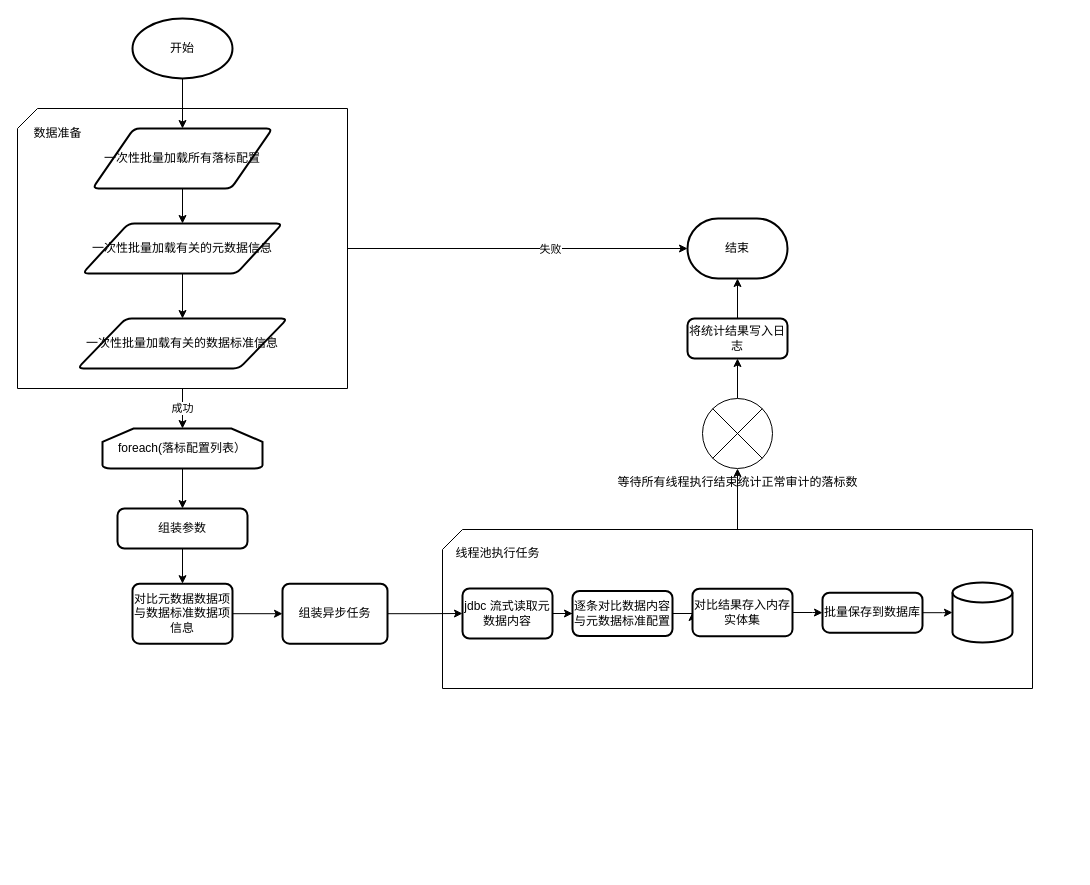
Before: 落标审计执行任务.drawio in weiqingping/dw, a draw.io diagram. Source tidied: cells renumbered, new cells numbered last; positions are measured from the earlier drawing's top-left corner, leaving out a move shared by most shapes. Both pictures are drawn from the tidied source at 100%, with x=0, y=0 at pixel (17, 18).
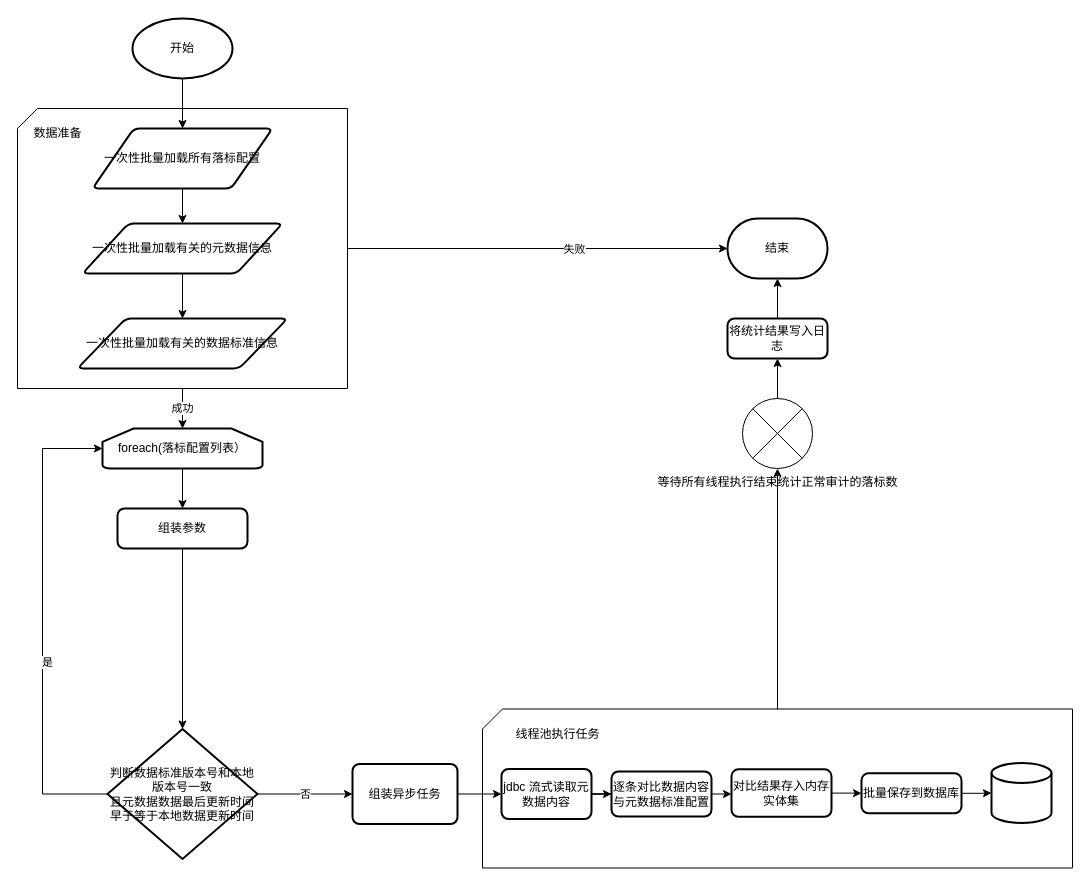
Above is the later version.

Commit message:
更新落标审计执行任务.drawio

The change refers to these unchanged cells:
```xml
<mxCell id="16" value="foreach(落标配置列表）" style="strokeWidth=2;html=1;shape=mxgraph.flowchart.loop_limit;whiteSpace=wrap;" parent="1" vertex="1">
  <mxGeometry x="85" y="410" width="160" height="40" as="geometry" />
</mxCell>
<mxCell id="18" value="组装参数" style="rounded=1;whiteSpace=wrap;html=1;absoluteArcSize=1;arcSize=14;strokeWidth=2;" parent="1" vertex="1">
  <mxGeometry x="100" y="490" width="130" height="40" as="geometry" />
</mxCell>
```

What changed in the source:
```diff
@@
     <mxCell id="14" value="结束" style="strokeWidth=2;html=1;shape=mxgraph.flowchart.terminator;whiteSpace=wrap;" parent="1" vertex="1">
-      <mxGeometry x="670" y="200" width="100" height="60" as="geometry" />
+      <mxGeometry x="710" y="200" width="100" height="60" as="geometry" />
     </mxCell>
@@
-    <mxCell id="17" style="edgeStyle=orthogonalEdgeStyle;rounded=0;jettySize=auto;html=1;" parent="1" edge="1" source="18" target="20">
-      <mxGeometry relative="1" as="geometry" />
-    </mxCell>
+    <mxCell id="39" style="edgeStyle=orthogonalEdgeStyle;rounded=0;jettySize=auto;html=1;" parent="1" edge="1" source="18" target="43">
+      <mxGeometry relative="1" as="geometry" />
+    </mxCell>
@@
-    <mxCell id="19" style="edgeStyle=orthogonalEdgeStyle;rounded=0;jettySize=auto;html=1;" parent="1" edge="1" source="20" target="30">
-      <mxGeometry relative="1" as="geometry" />
-    </mxCell>
-    <mxCell id="20" value="对比元数据数据项与数据标准数据项信息" style="rounded=1;whiteSpace=wrap;html=1;absoluteArcSize=1;arcSize=14;strokeWidth=2;" parent="1" vertex="1">
-      <mxGeometry x="115" y="565.2" width="100" height="60" as="geometry" />
-    </mxCell>
@@
     <mxCell id="22" style="verticalLabelPosition=bottom;verticalAlign=top;html=1;shape=card;whiteSpace=wrap;size=20;arcSize=12;" parent="1" vertex="1">
-      <mxGeometry x="425" y="511" width="590" height="159" as="geometry" />
+      <mxGeometry x="465" y="690.5" width="590" height="159" as="geometry" />
     </mxCell>
@@
     <mxCell id="24" value="jdbc 流式读取元数据内容" style="rounded=1;whiteSpace=wrap;html=1;absoluteArcSize=1;arcSize=14;strokeWidth=2;" parent="1" vertex="1">
-      <mxGeometry x="445" y="570" width="90" height="50" as="geometry" />
+      <mxGeometry x="484" y="750.5" width="90" height="50" as="geometry" />
     </mxCell>
@@
     <mxCell id="26" value="逐条对比数据内容与元数据标准配置" style="rounded=1;whiteSpace=wrap;html=1;absoluteArcSize=1;arcSize=14;strokeWidth=2;" parent="1" vertex="1">
-      <mxGeometry x="555" y="572.5" width="100" height="45" as="geometry" />
+      <mxGeometry x="594" y="753" width="100" height="45" as="geometry" />
     </mxCell>
@@
     <mxCell id="28" value="对比结果存入内存实体集" style="rounded=1;whiteSpace=wrap;html=1;absoluteArcSize=1;arcSize=14;strokeWidth=2;" parent="1" vertex="1">
-      <mxGeometry x="675" y="570.2" width="100" height="47.5" as="geometry" />
+      <mxGeometry x="714" y="750.8" width="100" height="47.5" as="geometry" />
     </mxCell>
@@
     <mxCell id="30" value="组装异步任务" style="rounded=1;whiteSpace=wrap;html=1;absoluteArcSize=1;arcSize=14;strokeWidth=2;" parent="1" vertex="1">
-      <mxGeometry x="265" y="565.2" width="105" height="60" as="geometry" />
+      <mxGeometry x="335" y="745.5" width="105" height="60" as="geometry" />
     </mxCell>
     <mxCell id="31" value="线程池执行任务" style="text;html=1;align=center;verticalAlign=middle;fillColor=none;strokeColor=none;rounded=0;" parent="1" vertex="1">
-      <mxGeometry x="425" y="520" width="110" height="30" as="geometry" />
+      <mxGeometry x="485" y="700.5" width="110" height="30" as="geometry" />
     </mxCell>
     <mxCell id="32" style="strokeWidth=2;html=1;shape=mxgraph.flowchart.database;whiteSpace=wrap;" parent="1" vertex="1">
-      <mxGeometry x="935" y="564" width="60" height="60" as="geometry" />
+      <mxGeometry x="974" y="744.5" width="60" height="60" as="geometry" />
     </mxCell>
@@
     <mxCell id="34" value="等待所有线程执行结束统计正常审计的落标数" style="verticalLabelPosition=bottom;verticalAlign=top;html=1;shape=mxgraph.flowchart.or;" parent="1" vertex="1">
-      <mxGeometry x="685" y="380" width="70" height="70" as="geometry" />
+      <mxGeometry x="725" y="380" width="70" height="70" as="geometry" />
     </mxCell>
@@
     <mxCell id="36" value="将统计结果写入日志" style="rounded=1;whiteSpace=wrap;html=1;absoluteArcSize=1;arcSize=14;strokeWidth=2;" parent="1" vertex="1">
-      <mxGeometry x="670" y="300" width="100" height="40" as="geometry" />
+      <mxGeometry x="710" y="300" width="100" height="40" as="geometry" />
     </mxCell>
@@
     <mxCell id="38" value="批量保存到数据库" style="rounded=1;whiteSpace=wrap;html=1;absoluteArcSize=1;arcSize=14;strokeWidth=2;" parent="1" vertex="1">
-      <mxGeometry x="805" y="574.2" width="100" height="40" as="geometry" />
+      <mxGeometry x="844" y="754.8" width="100" height="40" as="geometry" />
     </mxCell>
+    <mxCell id="40" value="否" style="edgeStyle=orthogonalEdgeStyle;rounded=0;jettySize=auto;html=1;" parent="1" edge="1" source="43" target="30">
+      <mxGeometry relative="1" as="geometry" />
+    </mxCell>
+    <mxCell id="41" style="edgeStyle=orthogonalEdgeStyle;rounded=0;jettySize=auto;html=1;entryX=0;entryY=0.5;entryDx=0;entryDy=0;entryPerimeter=0;" parent="1" edge="1" source="43" target="16">
+      <mxGeometry relative="1" as="geometry">
+        <Array as="points">
+          <mxPoint x="25" y="776" />
+          <mxPoint x="25" y="430" />
+        </Array>
+      </mxGeometry>
+    </mxCell>
+    <mxCell id="42" value="是" style="edgeLabel;html=1;align=center;verticalAlign=middle;" parent="41" vertex="1">
+      <mxGeometry x="-0.16" y="-4" relative="1" as="geometry">
+        <mxPoint y="1" as="offset" />
+      </mxGeometry>
+    </mxCell>
+    <mxCell id="43" value="判断数据标准版本号和本地版本号一致&lt;br&gt;且元数据数据最后更新时间早于等于本地数据更新时间" style="strokeWidth=2;html=1;shape=mxgraph.flowchart.decision;whiteSpace=wrap;" parent="1" vertex="1">
+      <mxGeometry x="90" y="710.5" width="150" height="130" as="geometry" />
+    </mxCell>
```
